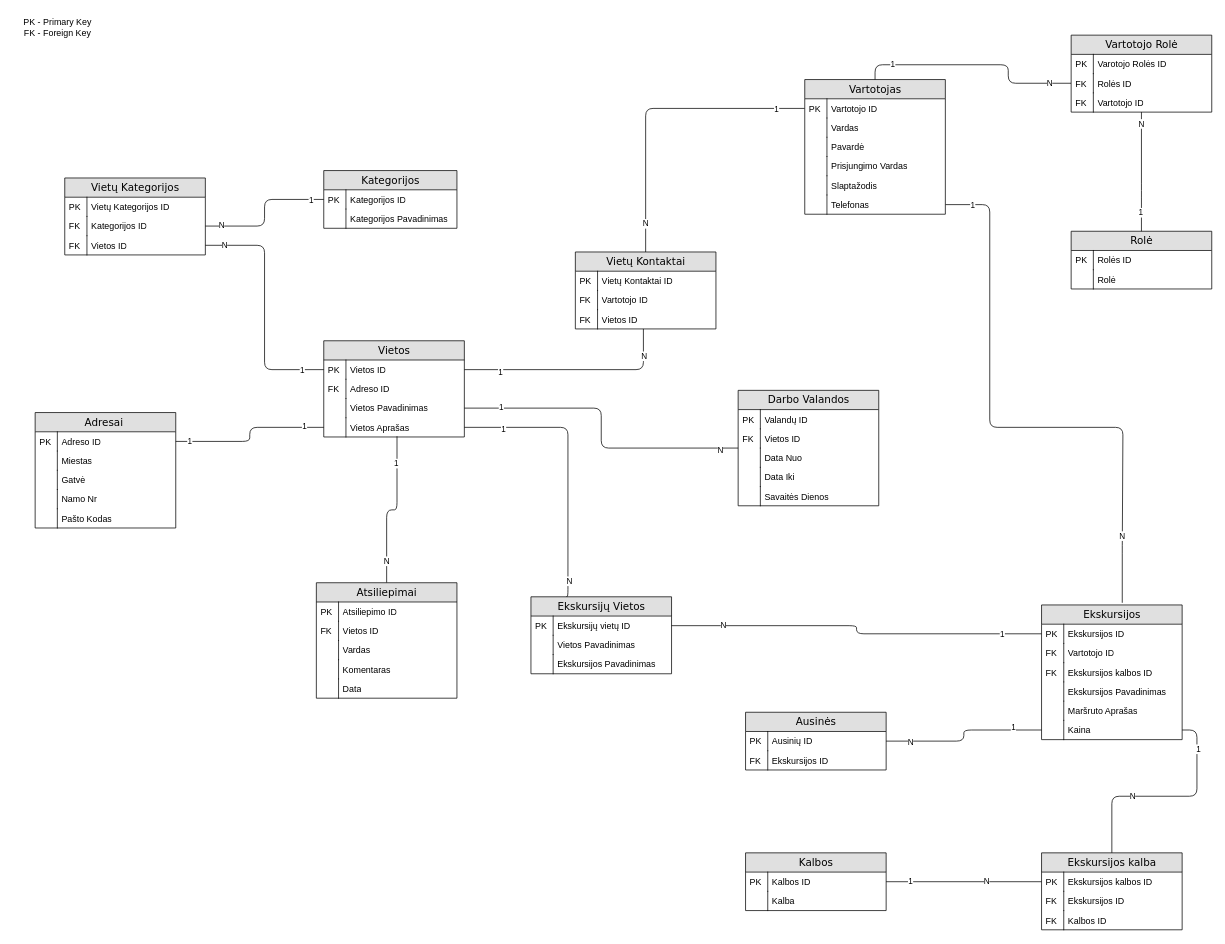
This is VikoTourismInformationCenter/Logical.drawio from GiedriusMauza/VikoTourismInformationCenter, a draw.io file, before an edit. Source tidied: cells renumbered, new cells numbered last; positions are measured from the earlier drawing's top-left corner, leaving out a move shared by most shapes. Both pictures are drawn from the tidied source at 74%, with x=0, y=0 at pixel (13, 13).
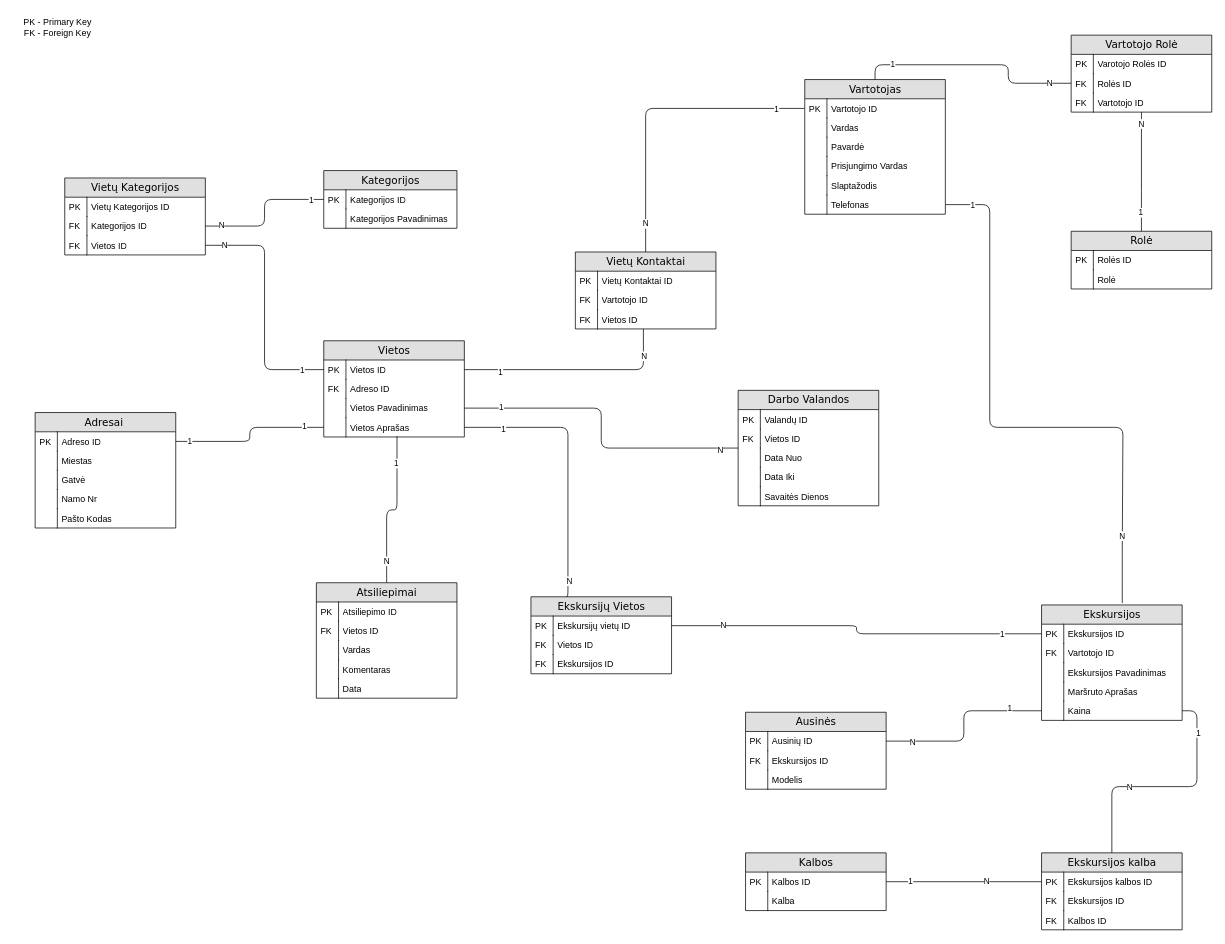
After the change.

Unchanged cells that the change refers to:
```xml
<mxCell id="106" value="Ekskursijų Vietos" style="swimlane;html=1;fontStyle=0;horizontal=1;startSize=26;fillColor=#e0e0e0;swimlaneFillColor=#ffffff;align=center;rounded=0;shadow=0;comic=0;labelBackgroundColor=none;strokeWidth=1;fontFamily=Verdana;fontSize=14;" parent="1" vertex="1">
  <mxGeometry x="700" y="789" width="190" height="104" as="geometry" />
</mxCell>
```

Change to the diagram source:
```diff
@@
-    <mxCell id="109" value="Vietos Pavadinimas" style="shape=partialRectangle;top=0;left=0;right=0;bottom=0;html=1;align=left;verticalAlign=top;fillColor=none;spacingLeft=34;spacingRight=4;whiteSpace=wrap;overflow=hidden;" parent="106" vertex="1">
+    <mxCell id="109" value="Vietos ID" style="shape=partialRectangle;top=0;left=0;right=0;bottom=0;html=1;align=left;verticalAlign=top;fillColor=none;spacingLeft=34;spacingRight=4;whiteSpace=wrap;overflow=hidden;" parent="106" vertex="1">
       <mxGeometry y="52" width="190" height="26" as="geometry" />
     </mxCell>
-    <mxCell id="110" style="shape=partialRectangle;top=0;left=0;bottom=0;html=1;fillColor=none;align=left;verticalAlign=top;spacingLeft=4;spacingRight=4;whiteSpace=wrap;overflow=hidden;" parent="109" vertex="1">
+    <mxCell id="110" value="FK" style="shape=partialRectangle;top=0;left=0;bottom=0;html=1;fillColor=none;align=left;verticalAlign=top;spacingLeft=4;spacingRight=4;whiteSpace=wrap;overflow=hidden;" parent="109" vertex="1">
       <mxGeometry width="30" height="26" as="geometry" />
     </mxCell>
-    <mxCell id="111" value="Ekskursijos Pavadinimas" style="shape=partialRectangle;top=0;left=0;right=0;bottom=0;html=1;align=left;verticalAlign=top;fillColor=none;spacingLeft=34;spacingRight=4;whiteSpace=wrap;overflow=hidden;" parent="106" vertex="1">
+    <mxCell id="111" value="Ekskursijos ID" style="shape=partialRectangle;top=0;left=0;right=0;bottom=0;html=1;align=left;verticalAlign=top;fillColor=none;spacingLeft=34;spacingRight=4;whiteSpace=wrap;overflow=hidden;" parent="106" vertex="1">
       <mxGeometry y="78" width="190" height="26" as="geometry" />
     </mxCell>
-    <mxCell id="112" style="shape=partialRectangle;top=0;left=0;bottom=0;html=1;fillColor=none;align=left;verticalAlign=top;spacingLeft=4;spacingRight=4;whiteSpace=wrap;overflow=hidden;" parent="111" vertex="1">
+    <mxCell id="112" value="FK" style="shape=partialRectangle;top=0;left=0;bottom=0;html=1;fillColor=none;align=left;verticalAlign=top;spacingLeft=4;spacingRight=4;whiteSpace=wrap;overflow=hidden;" parent="111" vertex="1">
       <mxGeometry width="30" height="26" as="geometry" />
     </mxCell>
     <mxCell id="113" value="Ekskursijos" style="swimlane;html=1;fontStyle=0;horizontal=1;startSize=26;fillColor=#e0e0e0;swimlaneFillColor=#ffffff;align=center;rounded=0;shadow=0;comic=0;labelBackgroundColor=none;strokeWidth=1;fontFamily=Verdana;fontSize=14;" parent="1" vertex="1">
-      <mxGeometry x="1390" y="800" width="190" height="182" as="geometry" />
+      <mxGeometry x="1390" y="800" width="190" height="156" as="geometry" />
     </mxCell>
@@
-    <mxCell id="118" value="Ekskursijos kalbos ID" style="shape=partialRectangle;top=0;left=0;right=0;bottom=0;html=1;align=left;verticalAlign=top;fillColor=none;spacingLeft=34;spacingRight=4;whiteSpace=wrap;overflow=hidden;" parent="113" vertex="1">
-      <mxGeometry y="78" width="190" height="26" as="geometry" />
-    </mxCell>
-    <mxCell id="119" value="FK" style="shape=partialRectangle;top=0;left=0;bottom=0;html=1;fillColor=none;align=left;verticalAlign=top;spacingLeft=4;spacingRight=4;whiteSpace=wrap;overflow=hidden;" parent="118" vertex="1">
-      <mxGeometry width="30" height="26" as="geometry" />
-    </mxCell>
     <mxCell id="120" value="Ekskursijos Pavadinimas" style="shape=partialRectangle;top=0;left=0;right=0;bottom=0;html=1;align=left;verticalAlign=top;fillColor=none;spacingLeft=34;spacingRight=4;whiteSpace=wrap;overflow=hidden;" parent="113" vertex="1">
-      <mxGeometry y="104" width="190" height="26" as="geometry" />
+      <mxGeometry y="78" width="190" height="26" as="geometry" />
     </mxCell>
@@
     <mxCell id="122" value="Maršruto Aprašas" style="shape=partialRectangle;top=0;left=0;right=0;bottom=0;html=1;align=left;verticalAlign=top;fillColor=none;spacingLeft=34;spacingRight=4;whiteSpace=wrap;overflow=hidden;" parent="113" vertex="1">
-      <mxGeometry y="130" width="190" height="26" as="geometry" />
+      <mxGeometry y="104" width="190" height="26" as="geometry" />
     </mxCell>
@@
     <mxCell id="124" value="Kaina" style="shape=partialRectangle;top=0;left=0;right=0;bottom=0;html=1;align=left;verticalAlign=top;fillColor=none;spacingLeft=34;spacingRight=4;whiteSpace=wrap;overflow=hidden;points=[[0,0.5],[1,0.5]];portConstraint=eastwest;" parent="113" vertex="1">
-      <mxGeometry y="156" width="190" height="26" as="geometry" />
+      <mxGeometry y="130" width="190" height="26" as="geometry" />
     </mxCell>
@@
     <mxCell id="147" value="Ausinės" style="swimlane;html=1;fontStyle=0;horizontal=1;startSize=26;fillColor=#e0e0e0;swimlaneFillColor=#ffffff;align=center;rounded=0;shadow=0;comic=0;labelBackgroundColor=none;strokeWidth=1;fontFamily=Verdana;fontSize=14;" parent="1" vertex="1">
-      <mxGeometry x="990" y="945" width="190" height="78" as="geometry" />
+      <mxGeometry x="990" y="945" width="190" height="104" as="geometry" />
     </mxCell>
@@
+    <mxCell id="170" value="Modelis" style="shape=partialRectangle;top=0;left=0;right=0;bottom=0;html=1;align=left;verticalAlign=top;fillColor=none;spacingLeft=34;spacingRight=4;whiteSpace=wrap;overflow=hidden;" parent="147" vertex="1">
+      <mxGeometry y="78" width="190" height="26" as="geometry" />
+    </mxCell>
+    <mxCell id="171" style="shape=partialRectangle;top=0;left=0;bottom=0;html=1;fillColor=none;align=left;verticalAlign=top;spacingLeft=4;spacingRight=4;whiteSpace=wrap;overflow=hidden;" parent="170" vertex="1">
+      <mxGeometry width="30" height="26" as="geometry" />
+    </mxCell>
```
